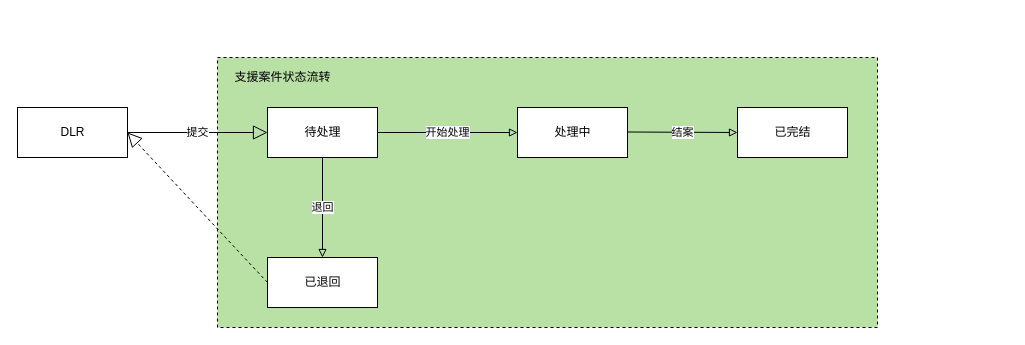
1132489442/designer keeps this draw.io diagram as page "大小部屋事件设计" (8 of 10) of images/支援案件时序图.drawio. Above is the earlier version. Source tidied: cells renumbered, new cells numbered last; positions are measured from the earlier drawing's top-left corner, leaving out a move shared by most shapes. Both pictures are drawn from the tidied source at 100%, with x=0, y=0 at pixel (17, 57).
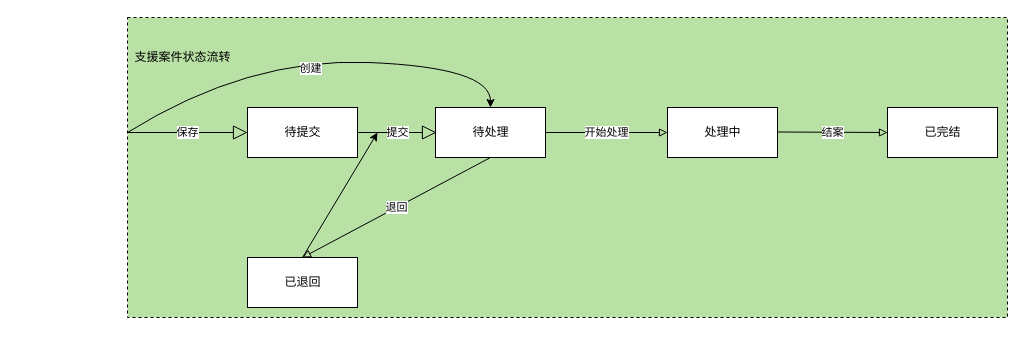
After the change.

The edit, as a diff of the source:
```diff
@@
-    <mxCell id="2" value="DLR" style="html=1;" parent="1" vertex="1">
-      <mxGeometry y="50" width="110" height="50" as="geometry" />
-    </mxCell>
     <mxCell id="3" style="rounded=0;whiteSpace=wrap;html=1;dashed=1;fillColor=#B9E0A5;" parent="1" vertex="1">
-      <mxGeometry x="200" width="660" height="270" as="geometry" />
+      <mxGeometry x="110" y="-40" width="880" height="300" as="geometry" />
     </mxCell>
     <mxCell id="4" value="待处理" style="html=1;" parent="1" vertex="1">
-      <mxGeometry x="250" y="50" width="110" height="50" as="geometry" />
+      <mxGeometry x="418" y="50" width="110" height="50" as="geometry" />
     </mxCell>
     <mxCell id="5" value="处理中" style="html=1;" parent="1" vertex="1">
-      <mxGeometry x="500" y="50" width="110" height="50" as="geometry" />
+      <mxGeometry x="650" y="50" width="110" height="50" as="geometry" />
     </mxCell>
-    <mxCell id="6" value="提交" style="endArrow=block;endFill=0;endSize=12;html=1;rounded=0;exitX=1;exitY=0.5;exitDx=0;exitDy=0;entryX=0;entryY=0.5;entryDx=0;entryDy=0;" parent="1" edge="1" source="2" target="4">
-      <mxGeometry relative="1" as="geometry" />
+    <mxCell id="6" value="保存" style="endArrow=block;endFill=0;endSize=12;html=1;rounded=0;exitX=1;exitY=0.5;exitDx=0;exitDy=0;" parent="1" edge="1">
+      <mxGeometry relative="1" as="geometry">
+        <mxPoint x="110" y="75" as="sourcePoint" />
+        <mxPoint x="230" y="75" as="targetPoint" />
+      </mxGeometry>
     </mxCell>
@@
     <mxCell id="8" value="&lt;span&gt;已完结&lt;/span&gt;" style="html=1;" parent="1" vertex="1">
-      <mxGeometry x="720" y="50" width="110" height="50" as="geometry" />
+      <mxGeometry x="870" y="50" width="110" height="50" as="geometry" />
     </mxCell>
     <mxCell id="9" value="结案" style="endArrow=block;endFill=0;html=1;rounded=0;exitX=1;exitY=0.5;exitDx=0;exitDy=0;" parent="1" edge="1">
       <mxGeometry relative="1" as="geometry">
-        <mxPoint x="610" y="74.5" as="sourcePoint" />
-        <mxPoint x="720" y="75" as="targetPoint" />
+        <mxPoint x="760" y="74.5" as="sourcePoint" />
+        <mxPoint x="870" y="75" as="targetPoint" />
       </mxGeometry>
     </mxCell>
     <mxCell id="10" value="支援案件状态流转" style="text;html=1;align=center;verticalAlign=middle;strokeColor=none;fillColor=none;" parent="1" vertex="1">
-      <mxGeometry x="210" y="10" width="110" height="20" as="geometry" />
+      <mxGeometry x="110" y="-10" width="110" height="20" as="geometry" />
     </mxCell>
     <mxCell id="11" value="已退回" style="html=1;" parent="1" vertex="1">
-      <mxGeometry x="250" y="200" width="110" height="50" as="geometry" />
+      <mxGeometry x="230" y="200" width="110" height="50" as="geometry" />
     </mxCell>
-    <mxCell id="12" value="退回" style="endArrow=block;endFill=0;html=1;rounded=0;exitX=0.5;exitY=1;exitDx=0;exitDy=0;entryX=0.5;entryY=0;entryDx=0;entryDy=0;" parent="1" edge="1">
-      <mxGeometry relative="1" as="geometry">
-        <mxPoint x="305" y="100" as="sourcePoint" />
-        <mxPoint x="305" y="200" as="targetPoint" />
-      </mxGeometry>
+    <mxCell id="12" value="退回" style="endArrow=block;endFill=0;html=1;rounded=0;exitX=0.5;exitY=1;exitDx=0;exitDy=0;entryX=0.5;entryY=0;entryDx=0;entryDy=0;" parent="1" edge="1" source="4" target="11">
+      <mxGeometry relative="1" as="geometry" />
     </mxCell>
-    <mxCell id="13" style="endArrow=block;dashed=1;endFill=0;endSize=12;html=1;rounded=0;exitX=0;exitY=0.5;exitDx=0;exitDy=0;entryX=1;entryY=0.5;entryDx=0;entryDy=0;" parent="1" edge="1" source="11" target="2">
-      <mxGeometry relative="1" as="geometry" />
-    </mxCell>
+    <mxCell id="14" value="待提交" style="html=1;" parent="1" vertex="1">
+      <mxGeometry x="230" y="50" width="110" height="50" as="geometry" />
+    </mxCell>
+    <mxCell id="15" value="提交" style="endArrow=block;endFill=0;endSize=12;html=1;rounded=0;" parent="1" edge="1">
+      <mxGeometry x="0.01" relative="1" as="geometry">
+        <mxPoint x="340" y="75" as="sourcePoint" />
+        <mxPoint x="419" y="75" as="targetPoint" />
+      </mxGeometry>
+    </mxCell>
+    <mxCell id="16" style="curved=1;endArrow=classic;html=1;rounded=0;entryX=0.5;entryY=0;entryDx=0;entryDy=0;" parent="1" edge="1" target="4">
+      <mxGeometry relative="1" as="geometry">
+        <mxPoint x="110" y="75" as="sourcePoint" />
+        <Array as="points">
+          <mxPoint x="230" />
+          <mxPoint x="473" y="10" />
+        </Array>
+      </mxGeometry>
+    </mxCell>
+    <mxCell id="17" value="创建" style="edgeLabel;html=1;align=center;verticalAlign=middle;" parent="16" vertex="1">
+      <mxGeometry x="-0.04" y="-7" relative="1" as="geometry">
+        <mxPoint y="1" as="offset" />
+      </mxGeometry>
+    </mxCell>
+    <mxCell id="18" style="endArrow=classic;html=1;rounded=0;" parent="1" edge="1">
+      <mxGeometry relative="1" as="geometry">
+        <mxPoint x="285" y="200" as="sourcePoint" />
+        <mxPoint x="360" y="75" as="targetPoint" />
+      </mxGeometry>
+    </mxCell>
```
